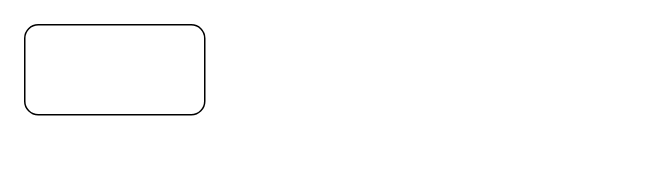
Earlier version of the draw.io diagram Untitled Diagram.drawio (774803886/-). Source tidied: cells renumbered, new cells numbered last; positions are measured from the earlier drawing's top-left corner, leaving out a move shared by most shapes. Both pictures are drawn from the tidied source at 150%, with x=0, y=0 at pixel (24, 24).
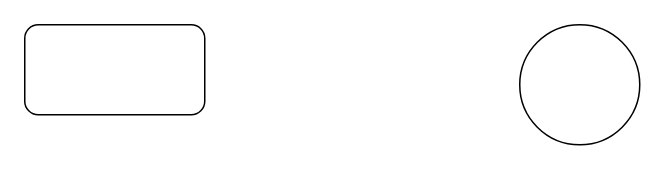
The same diagram, later.

Change to the diagram source:
```diff
@@
 <mxGraphModel>
   <root>
     <mxCell id="0" />
     <mxCell id="1" parent="0" />
     <mxCell id="2" style="rounded=1;whiteSpace=wrap;html=1;" parent="1" vertex="1">
       <mxGeometry width="120" height="60" as="geometry" />
     </mxCell>
+    <mxCell id="3" style="ellipse;whiteSpace=wrap;html=1;" parent="1" vertex="1">
+      <mxGeometry x="330" width="80" height="80" as="geometry" />
+    </mxCell>
   </root>
 </mxGraphModel>
```
